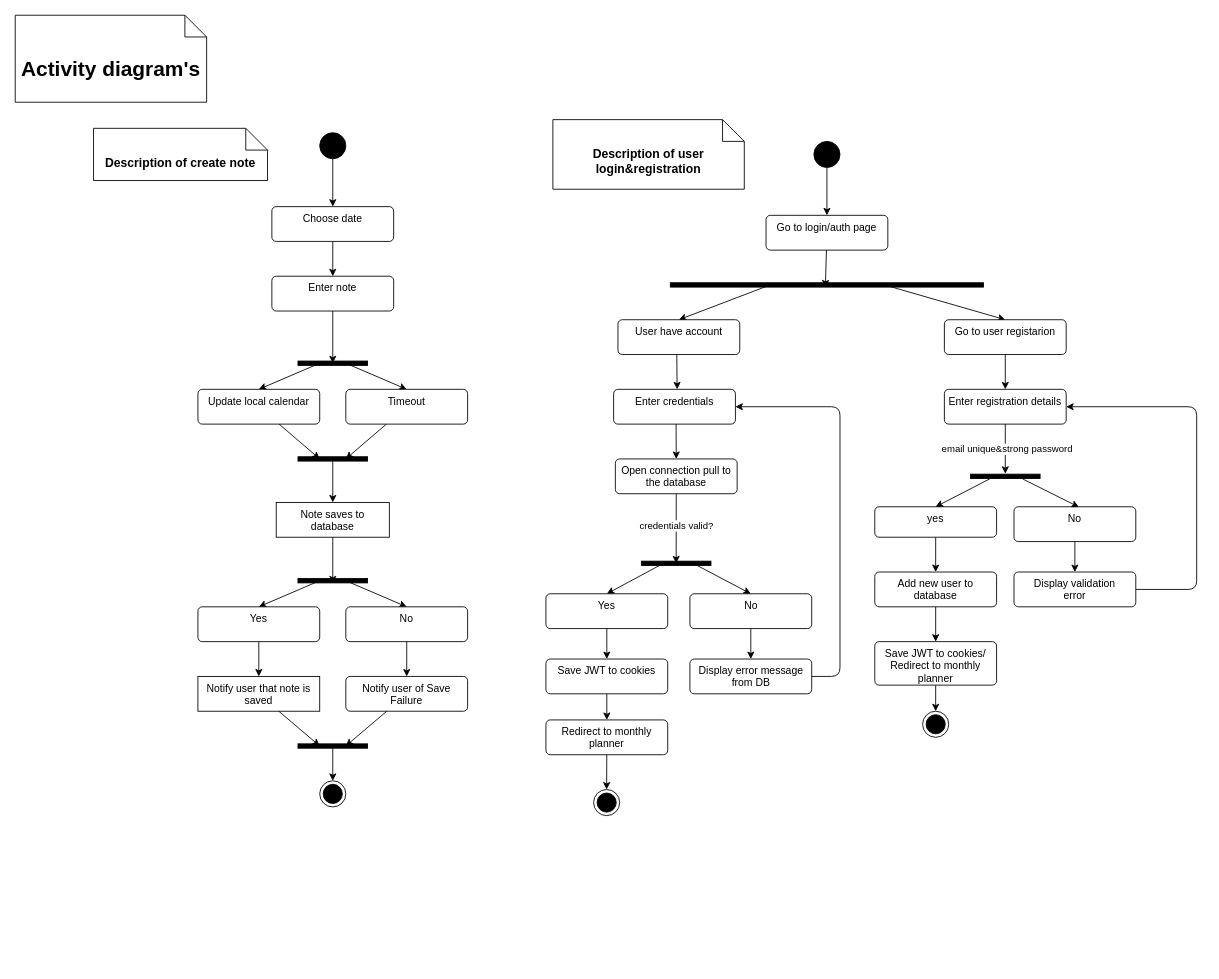
Above: documentation/activity.drawio in Kirill9m/dagbok-next-boot (draw.io), before the change. Source tidied: cells renumbered, new cells numbered last; positions are measured from the earlier drawing's top-left corner, leaving out a move shared by most shapes. Both pictures are drawn from the tidied source at 87%, with x=0, y=0 at pixel (15, 15).
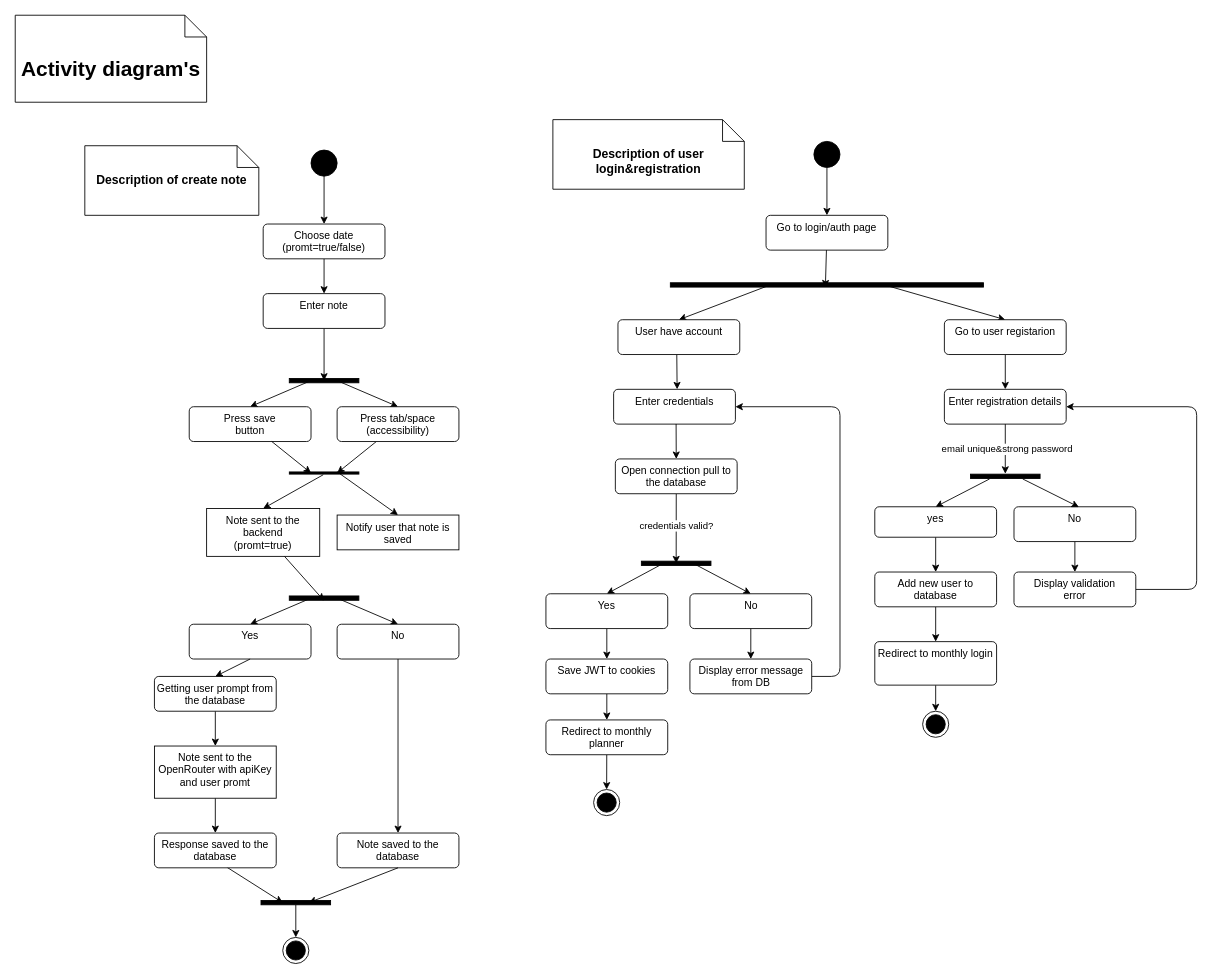
Above is the later version.

Commit message:
Description of create note docs update

What changed in the source:
```diff
@@
-    <mxCell id="2" style="edgeStyle=none;html=1;entryX=0.5;entryY=0;entryDx=0;entryDy=0;exitX=0.5;exitY=1;exitDx=0;exitDy=0;exitPerimeter=0;" parent="1" edge="1" source="20" target="4">
-      <mxGeometry relative="1" as="geometry" />
-    </mxCell>
-    <mxCell id="3" style="edgeStyle=none;html=1;entryX=0.5;entryY=0;entryDx=0;entryDy=0;" parent="1" edge="1" source="4" target="6">
-      <mxGeometry relative="1" as="geometry" />
-    </mxCell>
-    <mxCell id="4" value="Choose date" style="html=1;align=center;verticalAlign=top;rounded=1;absoluteArcSize=1;arcSize=10;dashed=0;whiteSpace=wrap;" parent="1" vertex="1">
-      <mxGeometry x="295" y="220" width="140" height="40" as="geometry" />
-    </mxCell>
-    <mxCell id="5" style="edgeStyle=none;html=1;entryX=0.5;entryY=0.5;entryDx=0;entryDy=0;entryPerimeter=0;" parent="1" edge="1" source="6" target="12">
-      <mxGeometry relative="1" as="geometry" />
-    </mxCell>
-    <mxCell id="6" value="Enter note" style="html=1;align=center;verticalAlign=top;rounded=1;absoluteArcSize=1;arcSize=10;dashed=0;whiteSpace=wrap;" parent="1" vertex="1">
-      <mxGeometry x="295" y="300" width="140" height="40" as="geometry" />
-    </mxCell>
-    <mxCell id="7" value="Note saves to&lt;div&gt;database&lt;/div&gt;" style="html=1;align=center;verticalAlign=top;rounded=1;absoluteArcSize=1;arcSize=0;dashed=0;whiteSpace=wrap;" parent="1" vertex="1">
-      <mxGeometry x="300" y="560" width="130" height="40" as="geometry" />
-    </mxCell>
-    <mxCell id="8" style="edgeStyle=none;html=1;entryX=0.5;entryY=0;entryDx=0;entryDy=0;" parent="1" edge="1" source="9" target="7">
-      <mxGeometry relative="1" as="geometry" />
-    </mxCell>
-    <mxCell id="9" style="html=1;points=[];perimeter=orthogonalPerimeter;fillColor=strokeColor;rotation=90;" parent="1" vertex="1">
-      <mxGeometry x="362.5" y="470" width="5" height="80" as="geometry" />
-    </mxCell>
-    <mxCell id="10" style="edgeStyle=none;html=1;entryX=0.5;entryY=0;entryDx=0;entryDy=0;exitX=0.5;exitY=0.688;exitDx=0;exitDy=0;exitPerimeter=0;" parent="1" edge="1" source="12" target="13">
-      <mxGeometry relative="1" as="geometry" />
-    </mxCell>
-    <mxCell id="11" style="edgeStyle=none;html=1;entryX=0.5;entryY=0;entryDx=0;entryDy=0;exitX=0.5;exitY=0.313;exitDx=0;exitDy=0;exitPerimeter=0;" parent="1" edge="1" source="12" target="15">
-      <mxGeometry relative="1" as="geometry" />
-    </mxCell>
-    <mxCell id="12" style="html=1;points=[];perimeter=orthogonalPerimeter;fillColor=strokeColor;rotation=90;" parent="1" vertex="1">
-      <mxGeometry x="362.5" y="360" width="5" height="80" as="geometry" />
-    </mxCell>
-    <mxCell id="13" value="Update local calendar" style="html=1;align=center;verticalAlign=top;rounded=1;absoluteArcSize=1;arcSize=10;dashed=0;whiteSpace=wrap;" parent="1" vertex="1">
-      <mxGeometry x="210" y="430" width="140" height="40" as="geometry" />
-    </mxCell>
-    <mxCell id="14" style="edgeStyle=none;html=1;entryX=0.5;entryY=0.313;entryDx=0;entryDy=0;entryPerimeter=0;" parent="1" edge="1" source="15" target="9">
-      <mxGeometry relative="1" as="geometry" />
-    </mxCell>
-    <mxCell id="15" value="Timeout" style="html=1;align=center;verticalAlign=top;rounded=1;absoluteArcSize=1;arcSize=10;dashed=0;whiteSpace=wrap;" parent="1" vertex="1">
-      <mxGeometry x="380" y="430" width="140" height="40" as="geometry" />
-    </mxCell>
-    <mxCell id="16" style="edgeStyle=none;html=1;entryX=0.5;entryY=0.688;entryDx=0;entryDy=0;entryPerimeter=0;" parent="1" edge="1" source="13" target="9">
-      <mxGeometry relative="1" as="geometry" />
-    </mxCell>
-    <mxCell id="17" value="Notify user that note is saved" style="html=1;align=center;verticalAlign=top;rounded=1;absoluteArcSize=1;arcSize=0;dashed=0;whiteSpace=wrap;" parent="1" vertex="1">
-      <mxGeometry x="210" y="760" width="140" height="40" as="geometry" />
-    </mxCell>
-    <mxCell id="18" value="&lt;b&gt;&lt;font style=&quot;font-size: 14px;&quot;&gt;Description of create note&lt;/font&gt;&lt;/b&gt;" style="shape=note2;boundedLbl=1;whiteSpace=wrap;html=1;size=25;verticalAlign=top;align=center;" parent="1" vertex="1">
-      <mxGeometry x="90" y="130" width="200" height="60" as="geometry" />
-    </mxCell>
-    <mxCell id="19" style="ellipse;html=1;shape=endState;fillColor=strokeColor;" parent="1" vertex="1">
-      <mxGeometry x="350" y="880" width="30" height="30" as="geometry" />
-    </mxCell>
-    <mxCell id="20" style="ellipse;fillColor=strokeColor;html=1;" parent="1" vertex="1">
-      <mxGeometry x="350" y="135" width="30" height="30" as="geometry" />
-    </mxCell>
@@
-    <mxCell id="25" style="edgeStyle=none;html=1;entryX=0.5;entryY=0;entryDx=0;entryDy=0;exitX=0.5;exitY=0.688;exitDx=0;exitDy=0;exitPerimeter=0;" parent="1" edge="1" source="27" target="29">
-      <mxGeometry relative="1" as="geometry" />
-    </mxCell>
-    <mxCell id="26" style="edgeStyle=none;html=1;entryX=0.5;entryY=0;entryDx=0;entryDy=0;exitX=0.5;exitY=0.313;exitDx=0;exitDy=0;exitPerimeter=0;" parent="1" edge="1" source="27" target="31">
-      <mxGeometry relative="1" as="geometry" />
-    </mxCell>
-    <mxCell id="27" style="html=1;points=[];perimeter=orthogonalPerimeter;fillColor=strokeColor;rotation=90;" parent="1" vertex="1">
-      <mxGeometry x="362.5" y="610" width="5" height="80" as="geometry" />
-    </mxCell>
-    <mxCell id="28" style="edgeStyle=none;html=1;entryX=0.5;entryY=0;entryDx=0;entryDy=0;" parent="1" edge="1" source="29" target="17">
-      <mxGeometry relative="1" as="geometry" />
-    </mxCell>
-    <mxCell id="29" value="Yes" style="html=1;align=center;verticalAlign=top;rounded=1;absoluteArcSize=1;arcSize=10;dashed=0;whiteSpace=wrap;" parent="1" vertex="1">
-      <mxGeometry x="210" y="680" width="140" height="40" as="geometry" />
-    </mxCell>
-    <mxCell id="30" style="edgeStyle=none;html=1;entryX=0.5;entryY=0;entryDx=0;entryDy=0;" parent="1" edge="1" source="31" target="33">
-      <mxGeometry relative="1" as="geometry" />
-    </mxCell>
-    <mxCell id="31" value="No" style="html=1;align=center;verticalAlign=top;rounded=1;absoluteArcSize=1;arcSize=10;dashed=0;whiteSpace=wrap;" parent="1" vertex="1">
-      <mxGeometry x="380" y="680" width="140" height="40" as="geometry" />
-    </mxCell>
-    <mxCell id="32" style="edgeStyle=none;html=1;entryX=1.1;entryY=0.5;entryDx=0;entryDy=0;entryPerimeter=0;" parent="1" edge="1" source="7" target="27">
-      <mxGeometry relative="1" as="geometry" />
-    </mxCell>
-    <mxCell id="33" value="Notify user of Save Failure" style="html=1;align=center;verticalAlign=top;rounded=1;absoluteArcSize=1;arcSize=10;dashed=0;whiteSpace=wrap;" parent="1" vertex="1">
-      <mxGeometry x="380" y="760" width="140" height="40" as="geometry" />
-    </mxCell>
-    <mxCell id="34" style="edgeStyle=none;html=1;entryX=0.5;entryY=0;entryDx=0;entryDy=0;" parent="1" edge="1" source="35" target="19">
-      <mxGeometry relative="1" as="geometry" />
-    </mxCell>
-    <mxCell id="35" style="html=1;points=[];perimeter=orthogonalPerimeter;fillColor=strokeColor;rotation=90;" parent="1" vertex="1">
-      <mxGeometry x="362.5" y="800" width="5" height="80" as="geometry" />
-    </mxCell>
-    <mxCell id="36" style="edgeStyle=none;html=1;entryX=0.5;entryY=0.313;entryDx=0;entryDy=0;entryPerimeter=0;" parent="1" edge="1" target="35">
-      <mxGeometry relative="1" as="geometry">
-        <mxPoint x="427" y="800" as="sourcePoint" />
-      </mxGeometry>
-    </mxCell>
-    <mxCell id="37" style="edgeStyle=none;html=1;entryX=0.5;entryY=0.688;entryDx=0;entryDy=0;entryPerimeter=0;" parent="1" edge="1" target="35">
-      <mxGeometry relative="1" as="geometry">
-        <mxPoint x="303" y="800" as="sourcePoint" />
-      </mxGeometry>
-    </mxCell>
@@
-    <mxCell id="81" value="Save JWT to cookies/&lt;div&gt;Redirect to monthly planner&lt;/div&gt;" style="html=1;align=center;verticalAlign=top;rounded=1;absoluteArcSize=1;arcSize=10;dashed=0;whiteSpace=wrap;" parent="1" vertex="1">
+    <mxCell id="81" value="&lt;div&gt;Redirect to monthly login&lt;/div&gt;" style="html=1;align=center;verticalAlign=top;rounded=1;absoluteArcSize=1;arcSize=10;dashed=0;whiteSpace=wrap;" parent="1" vertex="1">
       <mxGeometry x="988" y="720" width="140" height="50" as="geometry" />
     </mxCell>
@@
+    <mxCell id="83" style="edgeStyle=none;html=1;entryX=0.5;entryY=0;entryDx=0;entryDy=0;exitX=0.5;exitY=1;exitDx=0;exitDy=0;exitPerimeter=0;" parent="1" edge="1" source="100" target="85">
+      <mxGeometry relative="1" as="geometry" />
+    </mxCell>
+    <mxCell id="84" style="edgeStyle=none;html=1;entryX=0.5;entryY=0;entryDx=0;entryDy=0;" parent="1" edge="1" source="85" target="6">
+      <mxGeometry relative="1" as="geometry" />
+    </mxCell>
+    <mxCell id="85" value="Choose date&lt;br&gt;(promt=true/false)" style="html=1;align=center;verticalAlign=top;rounded=1;absoluteArcSize=1;arcSize=10;dashed=0;whiteSpace=wrap;" parent="1" vertex="1">
+      <mxGeometry x="285" y="240" width="140" height="40" as="geometry" />
+    </mxCell>
+    <mxCell id="86" style="edgeStyle=none;html=1;entryX=0.5;entryY=0.5;entryDx=0;entryDy=0;entryPerimeter=0;" parent="1" edge="1" source="6" target="92">
+      <mxGeometry relative="1" as="geometry" />
+    </mxCell>
+    <mxCell id="6" value="Enter note" style="html=1;align=center;verticalAlign=top;rounded=1;absoluteArcSize=1;arcSize=10;dashed=0;whiteSpace=wrap;" parent="1" vertex="1">
+      <mxGeometry x="285" y="320" width="140" height="40" as="geometry" />
+    </mxCell>
+    <mxCell id="87" value="Note sent to the&lt;br&gt;backend&lt;br&gt;(promt=true)" style="html=1;align=center;verticalAlign=top;rounded=1;absoluteArcSize=1;arcSize=0;dashed=0;whiteSpace=wrap;" parent="1" vertex="1">
+      <mxGeometry x="220" y="567" width="130" height="55" as="geometry" />
+    </mxCell>
+    <mxCell id="88" style="edgeStyle=none;html=1;entryX=0.5;entryY=0;entryDx=0;entryDy=0;exitX=1.287;exitY=0.512;exitDx=0;exitDy=0;exitPerimeter=0;" parent="1" edge="1" source="89" target="87">
+      <mxGeometry relative="1" as="geometry" />
+    </mxCell>
+    <mxCell id="89" style="html=1;points=[];perimeter=orthogonalPerimeter;fillColor=strokeColor;rotation=90;" parent="1" vertex="1">
+      <mxGeometry x="353.8" y="486.2" width="2.5" height="80" as="geometry" />
+    </mxCell>
+    <mxCell id="90" style="edgeStyle=none;html=1;entryX=0.5;entryY=0;entryDx=0;entryDy=0;exitX=0.5;exitY=0.688;exitDx=0;exitDy=0;exitPerimeter=0;" parent="1" edge="1" source="92" target="93">
+      <mxGeometry relative="1" as="geometry" />
+    </mxCell>
+    <mxCell id="91" style="edgeStyle=none;html=1;entryX=0.5;entryY=0;entryDx=0;entryDy=0;exitX=0.5;exitY=0.313;exitDx=0;exitDy=0;exitPerimeter=0;" parent="1" edge="1" source="92" target="95">
+      <mxGeometry relative="1" as="geometry" />
+    </mxCell>
+    <mxCell id="92" style="html=1;points=[];perimeter=orthogonalPerimeter;fillColor=strokeColor;rotation=90;" parent="1" vertex="1">
+      <mxGeometry x="352.5" y="380" width="5" height="80" as="geometry" />
+    </mxCell>
+    <mxCell id="93" value="Press save&lt;br&gt;button" style="html=1;align=center;verticalAlign=top;rounded=1;absoluteArcSize=1;arcSize=10;dashed=0;whiteSpace=wrap;" parent="1" vertex="1">
+      <mxGeometry x="200" y="450" width="140" height="40" as="geometry" />
+    </mxCell>
+    <mxCell id="94" style="edgeStyle=none;html=1;entryX=0.5;entryY=0.313;entryDx=0;entryDy=0;entryPerimeter=0;" parent="1" edge="1" source="95" target="89">
+      <mxGeometry relative="1" as="geometry" />
+    </mxCell>
+    <mxCell id="95" value="Press tab/space&lt;br&gt;(accessibility)" style="html=1;align=center;verticalAlign=top;rounded=1;absoluteArcSize=1;arcSize=10;dashed=0;whiteSpace=wrap;" parent="1" vertex="1">
+      <mxGeometry x="370" y="450" width="140" height="40" as="geometry" />
+    </mxCell>
+    <mxCell id="96" style="edgeStyle=none;html=1;entryX=0.5;entryY=0.688;entryDx=0;entryDy=0;entryPerimeter=0;" parent="1" edge="1" source="93" target="89">
+      <mxGeometry relative="1" as="geometry" />
+    </mxCell>
+    <mxCell id="97" style="edgeStyle=orthogonalEdgeStyle;rounded=0;jettySize=auto;html=1;" parent="1" edge="1" source="98" target="115">
+      <mxGeometry relative="1" as="geometry" />
+    </mxCell>
+    <mxCell id="98" value="Note sent to the OpenRouter with apiKey&lt;br&gt;and user promt" style="html=1;align=center;verticalAlign=top;rounded=1;absoluteArcSize=1;arcSize=0;dashed=0;whiteSpace=wrap;" parent="1" vertex="1">
+      <mxGeometry x="160" y="840" width="140" height="60" as="geometry" />
+    </mxCell>
+    <mxCell id="18" value="&lt;b&gt;&lt;font style=&quot;font-size: 14px;&quot;&gt;Description of create note&lt;/font&gt;&lt;/b&gt;" style="shape=note2;boundedLbl=1;whiteSpace=wrap;html=1;size=25;verticalAlign=top;align=center;" parent="1" vertex="1">
+      <mxGeometry x="80" y="150" width="200" height="80" as="geometry" />
+    </mxCell>
+    <mxCell id="99" style="ellipse;html=1;shape=endState;fillColor=strokeColor;" parent="1" vertex="1">
+      <mxGeometry x="307.5" y="1060" width="30" height="30" as="geometry" />
+    </mxCell>
+    <mxCell id="100" style="ellipse;fillColor=strokeColor;html=1;" parent="1" vertex="1">
+      <mxGeometry x="340" y="155" width="30" height="30" as="geometry" />
+    </mxCell>
+    <mxCell id="101" style="edgeStyle=none;html=1;entryX=0.5;entryY=0;entryDx=0;entryDy=0;exitX=0.5;exitY=0.688;exitDx=0;exitDy=0;exitPerimeter=0;" parent="1" edge="1" source="103" target="29">
+      <mxGeometry relative="1" as="geometry" />
+    </mxCell>
+    <mxCell id="102" style="edgeStyle=none;html=1;entryX=0.5;entryY=0;entryDx=0;entryDy=0;exitX=0.5;exitY=0.313;exitDx=0;exitDy=0;exitPerimeter=0;" parent="1" edge="1" source="103" target="31">
+      <mxGeometry relative="1" as="geometry" />
+    </mxCell>
+    <mxCell id="103" style="html=1;points=[];perimeter=orthogonalPerimeter;fillColor=strokeColor;rotation=90;" parent="1" vertex="1">
+      <mxGeometry x="352.5" y="630" width="5" height="80" as="geometry" />
+    </mxCell>
+    <mxCell id="104" style="edgeStyle=none;html=1;entryX=0.5;entryY=0;entryDx=0;entryDy=0;exitX=0.5;exitY=1;exitDx=0;exitDy=0;" parent="1" edge="1" source="113" target="98">
+      <mxGeometry relative="1" as="geometry" />
+    </mxCell>
+    <mxCell id="29" value="Yes" style="html=1;align=center;verticalAlign=top;rounded=1;absoluteArcSize=1;arcSize=10;dashed=0;whiteSpace=wrap;" parent="1" vertex="1">
+      <mxGeometry x="200" y="700" width="140" height="40" as="geometry" />
+    </mxCell>
+    <mxCell id="105" style="edgeStyle=none;html=1;entryX=0.5;entryY=0;entryDx=0;entryDy=0;" parent="1" edge="1" source="31" target="107">
+      <mxGeometry relative="1" as="geometry" />
+    </mxCell>
+    <mxCell id="31" value="No" style="html=1;align=center;verticalAlign=top;rounded=1;absoluteArcSize=1;arcSize=10;dashed=0;whiteSpace=wrap;" parent="1" vertex="1">
+      <mxGeometry x="370" y="700" width="140" height="40" as="geometry" />
+    </mxCell>
+    <mxCell id="106" style="edgeStyle=none;html=1;entryX=1.1;entryY=0.5;entryDx=0;entryDy=0;entryPerimeter=0;" parent="1" edge="1" source="87" target="103">
+      <mxGeometry relative="1" as="geometry" />
+    </mxCell>
+    <mxCell id="107" value="Note saved to the&lt;br&gt;database" style="html=1;align=center;verticalAlign=top;rounded=1;absoluteArcSize=1;arcSize=10;dashed=0;whiteSpace=wrap;" parent="1" vertex="1">
+      <mxGeometry x="370" y="940" width="140" height="40" as="geometry" />
+    </mxCell>
+    <mxCell id="108" style="edgeStyle=none;html=1;entryX=0.5;entryY=0;entryDx=0;entryDy=0;" parent="1" edge="1" source="109" target="99">
+      <mxGeometry relative="1" as="geometry" />
+    </mxCell>
+    <mxCell id="109" style="html=1;points=[];perimeter=orthogonalPerimeter;fillColor=strokeColor;rotation=90;" parent="1" vertex="1">
+      <mxGeometry x="320" y="980" width="5" height="80" as="geometry" />
+    </mxCell>
+    <mxCell id="110" style="edgeStyle=none;html=1;entryX=0.5;entryY=0.313;entryDx=0;entryDy=0;entryPerimeter=0;exitX=0.5;exitY=1;exitDx=0;exitDy=0;" parent="1" edge="1" source="107" target="109">
+      <mxGeometry relative="1" as="geometry" />
+    </mxCell>
+    <mxCell id="111" style="edgeStyle=none;html=1;entryX=0.5;entryY=0.688;entryDx=0;entryDy=0;entryPerimeter=0;exitX=0.595;exitY=0.983;exitDx=0;exitDy=0;exitPerimeter=0;" parent="1" edge="1" source="115" target="109">
+      <mxGeometry relative="1" as="geometry" />
+    </mxCell>
+    <mxCell id="17" value="Notify user that note is saved" style="html=1;align=center;verticalAlign=top;rounded=1;absoluteArcSize=1;arcSize=0;dashed=0;whiteSpace=wrap;" parent="1" vertex="1">
+      <mxGeometry x="370" y="574.5" width="140" height="40" as="geometry" />
+    </mxCell>
+    <mxCell id="112" style="edgeStyle=none;html=1;entryX=0.5;entryY=0;entryDx=0;entryDy=0;exitX=-0.129;exitY=0.316;exitDx=0;exitDy=0;exitPerimeter=0;" parent="1" edge="1" source="89" target="17">
+      <mxGeometry relative="1" as="geometry" />
+    </mxCell>
+    <mxCell id="113" value="Getting user prompt from the database" style="html=1;align=center;verticalAlign=top;rounded=1;absoluteArcSize=1;arcSize=10;dashed=0;whiteSpace=wrap;" parent="1" vertex="1">
+      <mxGeometry x="160" y="760" width="140" height="40" as="geometry" />
+    </mxCell>
+    <mxCell id="114" style="edgeStyle=none;html=1;entryX=0.5;entryY=0;entryDx=0;entryDy=0;exitX=0.5;exitY=1;exitDx=0;exitDy=0;" parent="1" edge="1" source="29" target="113">
+      <mxGeometry relative="1" as="geometry" />
+    </mxCell>
+    <mxCell id="115" value="Response saved to the&lt;br&gt;database" style="html=1;align=center;verticalAlign=top;rounded=1;absoluteArcSize=1;arcSize=10;dashed=0;whiteSpace=wrap;" parent="1" vertex="1">
+      <mxGeometry x="160" y="940" width="140" height="40" as="geometry" />
+    </mxCell>
```
